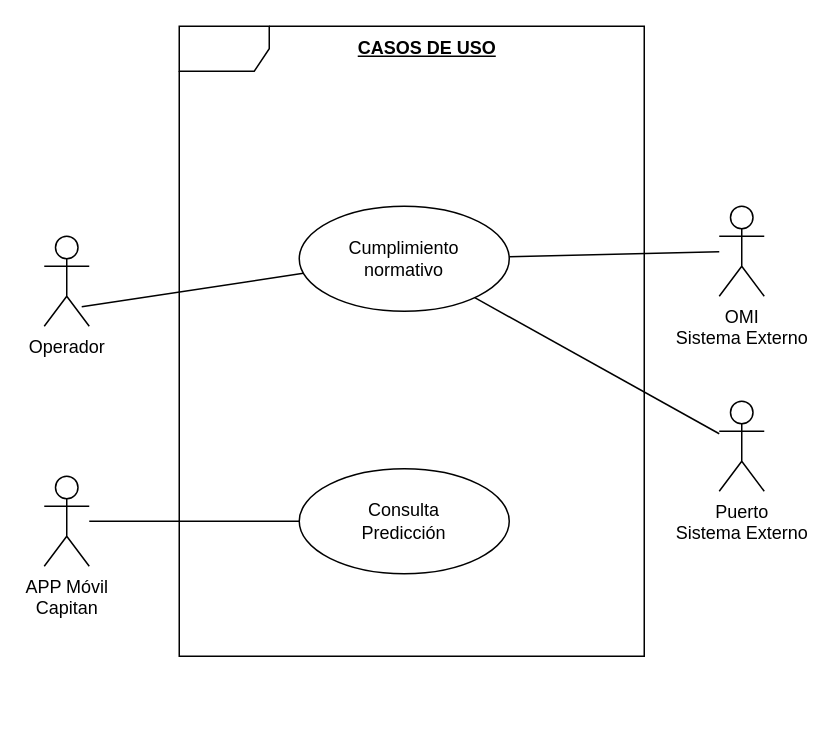
Earlier version of the draw.io diagram CU1.drawio (jdiazfer/ADS_Practica1). Source tidied: cells renumbered, new cells numbered last; positions are measured from the earlier drawing's top-left corner, leaving out a move shared by most shapes. Both pictures are drawn from the tidied source at 150%, with x=0, y=0 at pixel (44, 26).
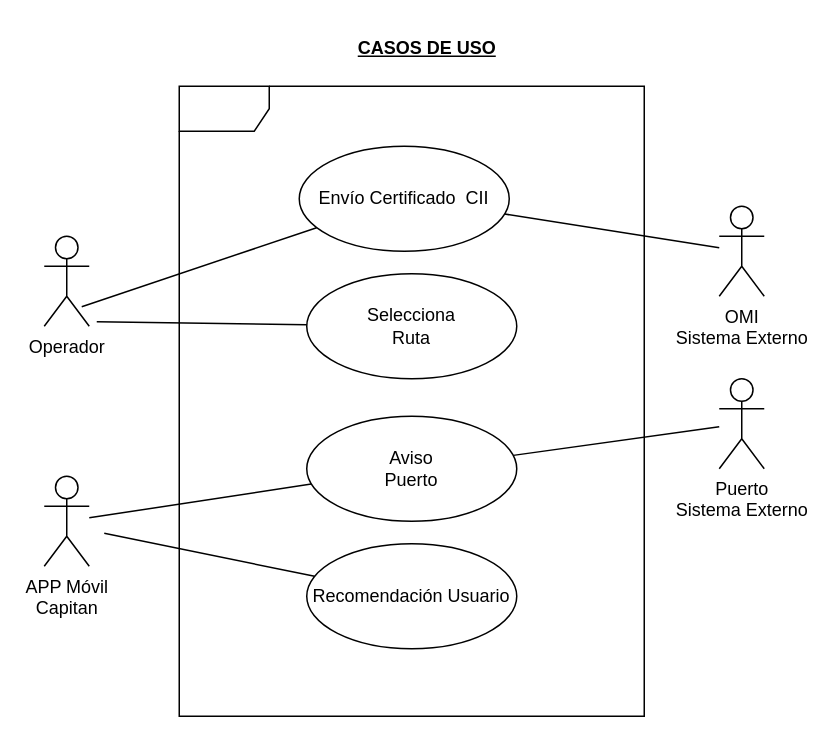
The same diagram, later.

What changed in the source:
```diff
@@
 <mxGraphModel>
   <root>
     <mxCell id="0" />
     <mxCell id="1" parent="0" />
     <mxCell id="2" value="Operador" style="shape=umlActor;verticalLabelPosition=bottom;verticalAlign=top;html=1;" parent="1" vertex="1">
       <mxGeometry y="140" width="30" height="60" as="geometry" />
     </mxCell>
     <mxCell id="3" style="shape=umlFrame;whiteSpace=wrap;html=1;" parent="1" vertex="1">
-      <mxGeometry x="90" width="310" height="420" as="geometry" />
+      <mxGeometry x="90" y="40" width="310" height="420" as="geometry" />
     </mxCell>
-    <mxCell id="4" value="&lt;div&gt;Cumplimiento&lt;/div&gt;&lt;div&gt;normativo&lt;br&gt;&lt;/div&gt;" style="ellipse;whiteSpace=wrap;html=1;" parent="1" vertex="1">
-      <mxGeometry x="170" y="120" width="140" height="70" as="geometry" />
+    <mxCell id="4" value="Envío Certificado&amp;nbsp; CII " style="ellipse;whiteSpace=wrap;html=1;" parent="1" vertex="1">
+      <mxGeometry x="170" y="80" width="140" height="70" as="geometry" />
     </mxCell>
     <mxCell id="5" style="endArrow=none;html=1;rounded=0;exitX=0.833;exitY=0.783;exitDx=0;exitDy=0;exitPerimeter=0;" parent="1" edge="1" source="2" target="4">
       <mxGeometry relative="1" as="geometry" />
     </mxCell>
     <mxCell id="6" value="OMI&lt;div&gt;Sistema Externo&lt;br&gt;&lt;/div&gt;" style="shape=umlActor;verticalLabelPosition=bottom;verticalAlign=top;html=1;outlineConnect=0;" parent="1" vertex="1">
       <mxGeometry x="450" y="120" width="30" height="60" as="geometry" />
     </mxCell>
     <mxCell id="7" style="endArrow=none;html=1;rounded=0;" parent="1" edge="1" source="4" target="6">
       <mxGeometry relative="1" as="geometry" />
     </mxCell>
     <mxCell id="8" value="CASOS DE USO" style="text;html=1;align=center;verticalAlign=middle;strokeColor=none;fillColor=none;fontStyle=5;" parent="1" vertex="1">
       <mxGeometry x="200" width="110" height="30" as="geometry" />
     </mxCell>
     <mxCell id="9" value="&lt;div&gt;APP Móvil&lt;/div&gt;&lt;div&gt;Capitan&lt;br&gt;&lt;/div&gt;" style="shape=umlActor;verticalLabelPosition=bottom;verticalAlign=top;html=1;outlineConnect=0;" parent="1" vertex="1">
       <mxGeometry y="300" width="30" height="60" as="geometry" />
     </mxCell>
     <mxCell id="10" value="&lt;div&gt;Puerto&lt;/div&gt;&lt;div&gt;Sistema Externo&lt;br&gt;&lt;/div&gt;&lt;div&gt;&lt;br&gt;&lt;/div&gt;" style="shape=umlActor;verticalLabelPosition=bottom;verticalAlign=top;html=1;outlineConnect=0;" parent="1" vertex="1">
-      <mxGeometry x="450" y="250" width="30" height="60" as="geometry" />
+      <mxGeometry x="450" y="235" width="30" height="60" as="geometry" />
     </mxCell>
-    <mxCell id="11" style="endArrow=none;html=1;rounded=0;" parent="1" edge="1" source="4" target="10">
+    <mxCell id="11" style="endArrow=none;html=1;rounded=0;" parent="1" edge="1" source="12" target="10">
       <mxGeometry relative="1" as="geometry" />
     </mxCell>
-    <mxCell id="12" value="&lt;div&gt;Consulta&lt;/div&gt;&lt;div&gt;Predicción&lt;br&gt;&lt;/div&gt;" style="ellipse;whiteSpace=wrap;html=1;" parent="1" vertex="1">
-      <mxGeometry x="170" y="295" width="140" height="70" as="geometry" />
+    <mxCell id="12" value="&lt;div&gt;Aviso&lt;/div&gt;&lt;div&gt;Puerto&lt;br&gt;&lt;/div&gt;" style="ellipse;whiteSpace=wrap;html=1;" parent="1" vertex="1">
+      <mxGeometry x="175" y="260" width="140" height="70" as="geometry" />
     </mxCell>
     <mxCell id="13" style="endArrow=none;html=1;rounded=0;" parent="1" edge="1" source="9" target="12">
       <mxGeometry relative="1" as="geometry" />
     </mxCell>
+    <mxCell id="14" value="&lt;div&gt;Selecciona&lt;/div&gt;&lt;div&gt;Ruta&lt;br&gt;&lt;/div&gt;" style="ellipse;whiteSpace=wrap;html=1;" parent="1" vertex="1">
+      <mxGeometry x="175" y="165" width="140" height="70" as="geometry" />
+    </mxCell>
+    <mxCell id="15" style="endArrow=none;html=1;rounded=0;exitX=0.833;exitY=0.783;exitDx=0;exitDy=0;exitPerimeter=0;" parent="1" edge="1" target="14">
+      <mxGeometry relative="1" as="geometry">
+        <mxPoint x="35" y="197" as="sourcePoint" />
+      </mxGeometry>
+    </mxCell>
+    <mxCell id="16" value="Recomendación Usuario" style="ellipse;whiteSpace=wrap;html=1;" parent="1" vertex="1">
+      <mxGeometry x="175" y="345" width="140" height="70" as="geometry" />
+    </mxCell>
+    <mxCell id="17" style="endArrow=none;html=1;rounded=0;" parent="1" edge="1" target="16">
+      <mxGeometry relative="1" as="geometry">
+        <mxPoint x="40" y="338" as="sourcePoint" />
+      </mxGeometry>
+    </mxCell>
   </root>
 </mxGraphModel>
```
